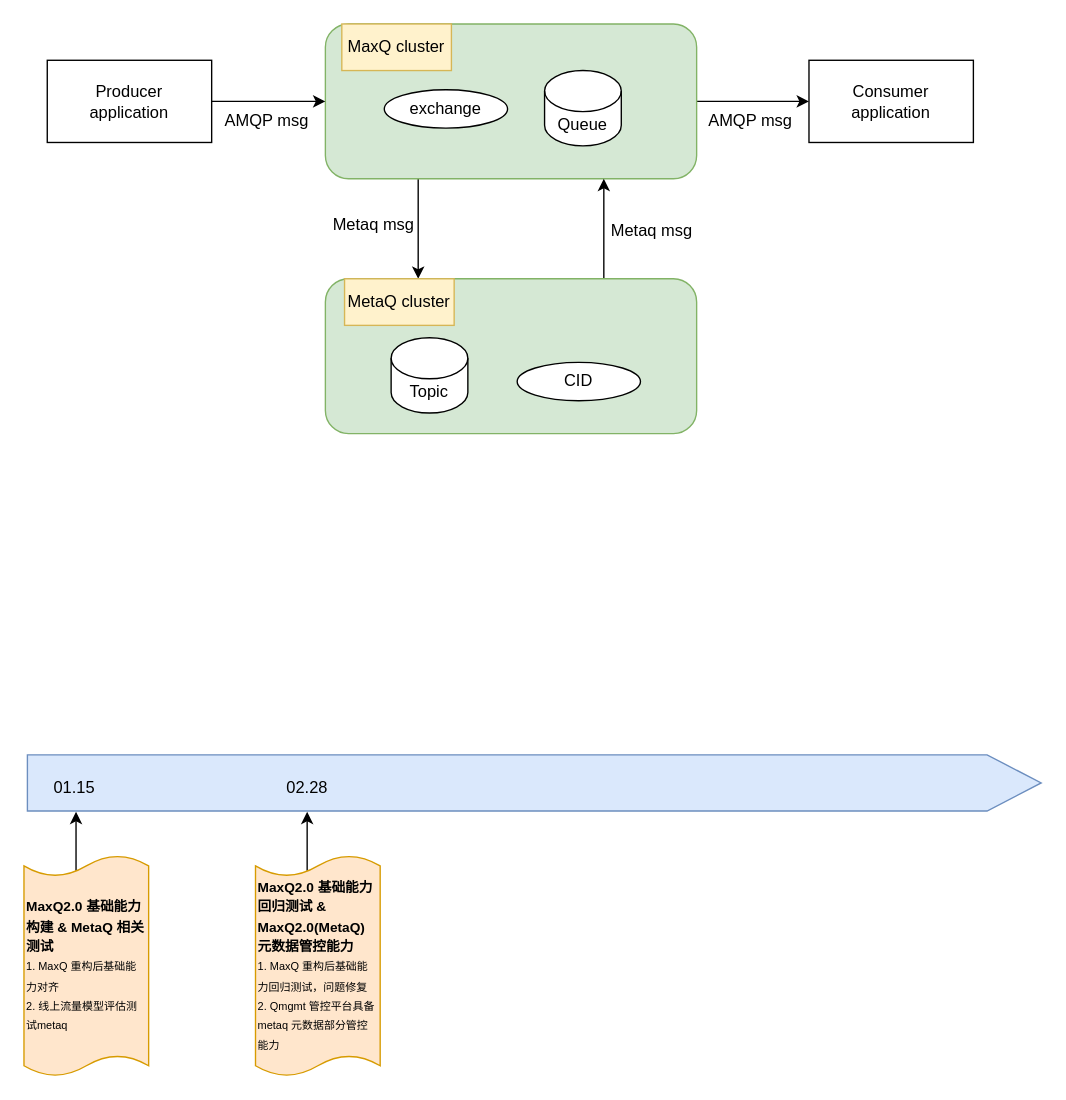
Above: eleme/Untitled Diagram.drawio in zhangwm1987/mydraw_io (draw.io), before the change. Source tidied: cells renumbered, new cells numbered last; positions are measured from the earlier drawing's top-left corner, leaving out a move shared by most shapes. Both pictures are drawn from the tidied source at 137%, with x=0, y=0 at pixel (23, 23).
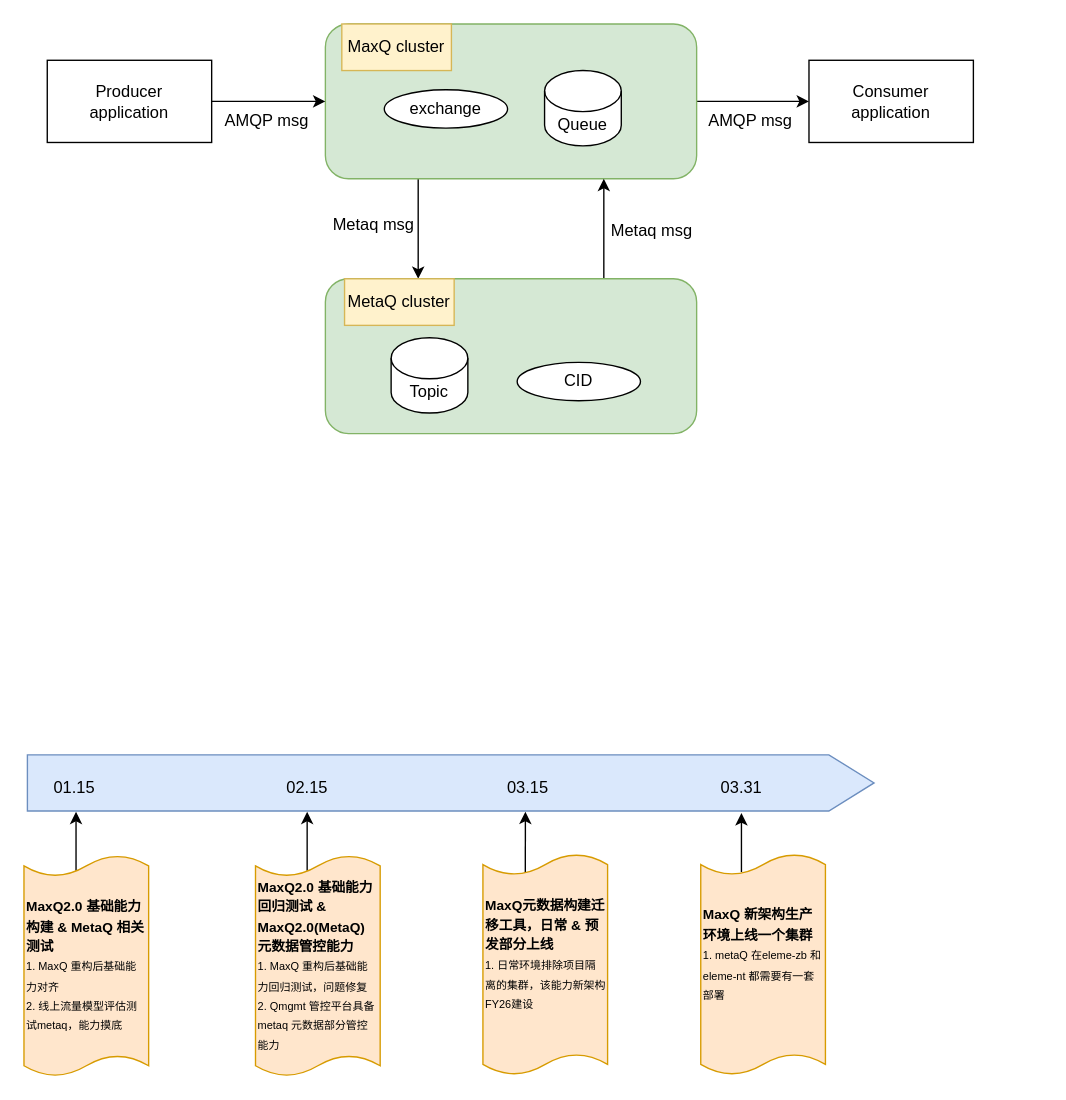
The same page after the edit.

What changed in the source:
```diff
@@
     <mxCell id="20" style="shape=offPageConnector;whiteSpace=wrap;html=1;rotation=-90;size=0.05337643678160886;fillColor=#dae8fc;strokeColor=#6c8ebf;" parent="1" vertex="1">
-      <mxGeometry x="352" y="184" width="41" height="740" as="geometry" />
+      <mxGeometry x="291" y="245" width="41" height="618" as="geometry" />
     </mxCell>
@@
-    <mxCell id="24" value="&lt;font style=&quot;font-size: 10px;&quot;&gt;&lt;b style=&quot;&quot;&gt;MaxQ2.0 基础能力构建 &amp;amp; MetaQ 相关测试&lt;/b&gt;&lt;/font&gt;&lt;div&gt;&lt;font style=&quot;font-size: 8px;&quot;&gt;1. MaxQ 重构后基础能力对齐&lt;/font&gt;&lt;/div&gt;&lt;div&gt;&lt;font style=&quot;font-size: 8px;&quot;&gt;2. 线上流量模型评估测试metaq&lt;/font&gt;&lt;/div&gt;" style="text;html=1;align=left;verticalAlign=middle;whiteSpace=wrap;rounded=0;" parent="1" vertex="1">
+    <mxCell id="24" value="&lt;font style=&quot;font-size: 10px;&quot;&gt;&lt;b style=&quot;&quot;&gt;MaxQ2.0 基础能力构建 &amp;amp; MetaQ 相关测试&lt;/b&gt;&lt;/font&gt;&lt;div&gt;&lt;font style=&quot;font-size: 8px;&quot;&gt;1. MaxQ 重构后基础能力对齐&lt;/font&gt;&lt;/div&gt;&lt;div&gt;&lt;font style=&quot;font-size: 8px;&quot;&gt;2. 线上流量模型评估测试metaq，能力摸底&lt;/font&gt;&lt;/div&gt;" style="text;html=1;align=left;verticalAlign=middle;whiteSpace=wrap;rounded=0;" parent="1" vertex="1">
       <mxGeometry y="628" width="90" height="117" as="geometry" />
     </mxCell>
-    <mxCell id="25" value="02.28" style="text;html=1;align=center;verticalAlign=middle;whiteSpace=wrap;rounded=0;" parent="1" vertex="1">
+    <mxCell id="25" value="02.15" style="text;html=1;align=center;verticalAlign=middle;whiteSpace=wrap;rounded=0;" parent="1" vertex="1">
       <mxGeometry x="177" y="543" width="60" height="30" as="geometry" />
     </mxCell>
@@
+    <mxCell id="29" value="03.15" style="text;html=1;align=center;verticalAlign=middle;whiteSpace=wrap;rounded=0;" parent="1" vertex="1">
+      <mxGeometry x="338" y="543" width="60" height="30" as="geometry" />
+    </mxCell>
+    <mxCell id="30" style="endArrow=classic;html=1;rounded=0;exitX=0.34;exitY=0.084;exitDx=0;exitDy=0;exitPerimeter=0;" parent="1" edge="1" source="31">
+      <mxGeometry relative="1" as="geometry">
+        <mxPoint x="366" y="575" as="targetPoint" />
+      </mxGeometry>
+    </mxCell>
+    <mxCell id="31" style="shape=tape;whiteSpace=wrap;html=1;size=0.09390220144165286;fillColor=#ffe6cc;strokeColor=#d79b00;" parent="1" vertex="1">
+      <mxGeometry x="335" y="606" width="91" height="161" as="geometry" />
+    </mxCell>
+    <mxCell id="32" value="&lt;font style=&quot;font-size: 10px;&quot;&gt;&lt;b&gt;MaxQ元数据构建迁移工具，日常 &amp;amp; 预发部分上线&lt;/b&gt;&lt;/font&gt;&lt;div&gt;&lt;font style=&quot;&quot;&gt;&lt;font style=&quot;font-size: 8px;&quot;&gt;1. 日常环境排除项目隔离的集群，该能力新架构FY26建设&lt;/font&gt;&lt;br&gt;&lt;/font&gt;&lt;div&gt;&lt;br&gt;&lt;/div&gt;&lt;/div&gt;" style="text;html=1;align=left;verticalAlign=middle;whiteSpace=wrap;rounded=0;" parent="1" vertex="1">
+      <mxGeometry x="335" y="627" width="90" height="117" as="geometry" />
+    </mxCell>
+    <mxCell id="33" value="03.31" style="text;html=1;align=center;verticalAlign=middle;whiteSpace=wrap;rounded=0;" parent="1" vertex="1">
+      <mxGeometry x="494" y="543" width="60" height="30" as="geometry" />
+    </mxCell>
+    <mxCell id="34" style="endArrow=classic;html=1;rounded=0;" parent="1" edge="1">
+      <mxGeometry relative="1" as="geometry">
+        <mxPoint x="523.7" y="619" as="sourcePoint" />
+        <mxPoint x="523.7" y="576" as="targetPoint" />
+      </mxGeometry>
+    </mxCell>
+    <mxCell id="35" style="shape=tape;whiteSpace=wrap;html=1;size=0.09390220144165286;fillColor=#ffe6cc;strokeColor=#d79b00;" parent="1" vertex="1">
+      <mxGeometry x="494" y="606" width="91" height="161" as="geometry" />
+    </mxCell>
+    <mxCell id="36" value="&lt;span style=&quot;font-size: 10px;&quot;&gt;&lt;b&gt;MaxQ 新架构生产环境上线一个集群&lt;/b&gt;&lt;/span&gt;&lt;br&gt;&lt;div&gt;&lt;font style=&quot;&quot;&gt;&lt;font style=&quot;font-size: 8px;&quot;&gt;1. metaQ 在eleme-zb 和eleme-nt 都需要有一套部署&lt;/font&gt;&lt;br&gt;&lt;/font&gt;&lt;div&gt;&lt;br&gt;&lt;/div&gt;&lt;/div&gt;" style="text;html=1;align=left;verticalAlign=middle;whiteSpace=wrap;rounded=0;" parent="1" vertex="1">
+      <mxGeometry x="494" y="627" width="90" height="117" as="geometry" />
+    </mxCell>
```
